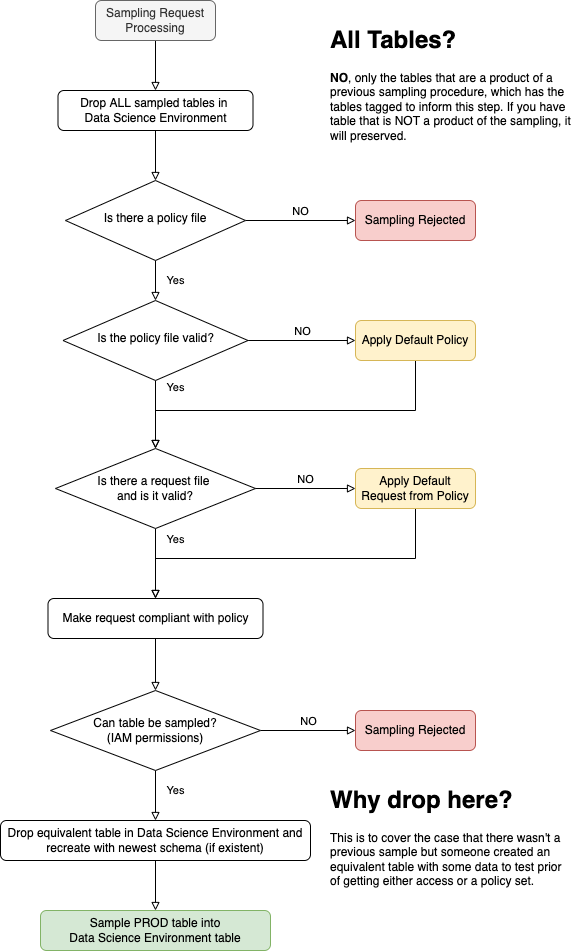
fgka/py-bq-sampler keeps this draw.io diagram as code/doc/HighLevelRequestFlow.drawio.png. Above is the earlier version. Source tidied: cells renumbered, new cells last; positions are measured from the earlier drawing's top-left corner, leaving out a move shared by most shapes.
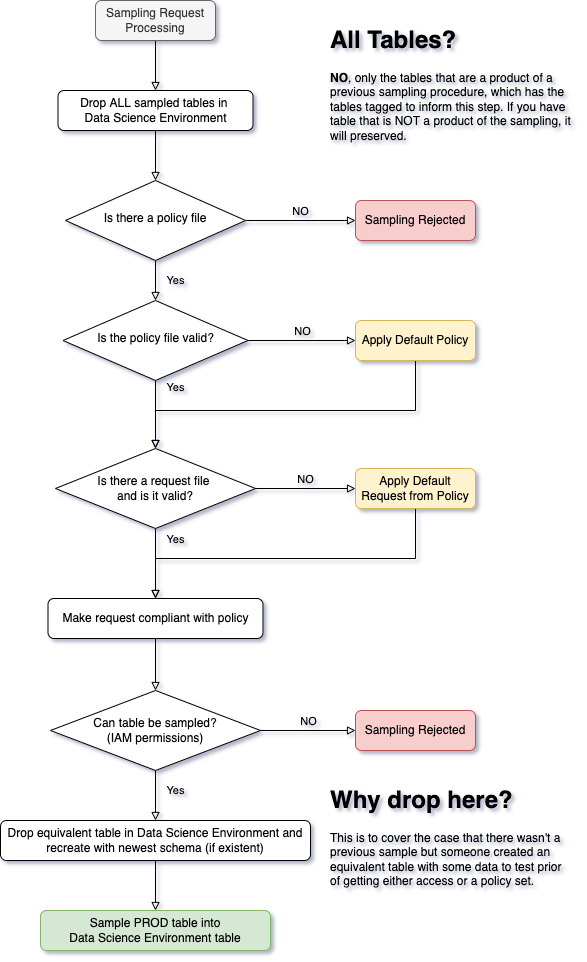
Later version of the same file.

Diff of the diagram source:
```diff
@@ -2,34 +2,34 @@
   <root>
     <mxCell id="0" />
     <mxCell id="1" parent="0" />
-    <mxCell id="2" style="edgeStyle=orthogonalEdgeStyle;rounded=0;jettySize=auto;html=1;endArrow=block;endFill=0;endSize=6;" parent="1" edge="1" source="3" target="27">
+    <mxCell id="2" style="edgeStyle=orthogonalEdgeStyle;rounded=0;jettySize=auto;html=1;endArrow=block;endFill=0;endSize=6;labelBackgroundColor=none;" parent="1" edge="1" source="3" target="27">
       <mxGeometry relative="1" as="geometry" />
     </mxCell>
-    <mxCell id="3" value="Sampling Request Processing" style="rounded=1;whiteSpace=wrap;html=1;fontSize=12;glass=0;strokeWidth=1;shadow=0;fillColor=#f5f5f5;fontColor=#333333;strokeColor=#666666;" parent="1" vertex="1">
+    <mxCell id="3" value="Sampling Request Processing" style="rounded=1;whiteSpace=wrap;html=1;fontSize=12;glass=0;strokeWidth=1;shadow=0;fillColor=#f5f5f5;fontColor=#333333;strokeColor=#666666;labelBackgroundColor=none;" parent="1" vertex="1">
       <mxGeometry x="95" width="120" height="40" as="geometry" />
     </mxCell>
     <mxCell id="4" value="Yes" style="rounded=0;html=1;jettySize=auto;fontSize=11;endArrow=block;endFill=0;endSize=6;strokeWidth=1;shadow=0;labelBackgroundColor=none;edgeStyle=orthogonalEdgeStyle;" parent="1" edge="1" source="6" target="9">
       <mxGeometry y="20" relative="1" as="geometry" />
     </mxCell>
-    <mxCell id="5" value="NO" style="edgeStyle=orthogonalEdgeStyle;rounded=0;jettySize=auto;html=1;align=center;verticalAlign=bottom;endArrow=block;endFill=0;" parent="1" edge="1" source="6" target="10">
+    <mxCell id="5" value="NO" style="edgeStyle=orthogonalEdgeStyle;rounded=0;jettySize=auto;html=1;align=center;verticalAlign=bottom;endArrow=block;endFill=0;labelBackgroundColor=none;" parent="1" edge="1" source="6" target="10">
       <mxGeometry relative="1" as="geometry" />
     </mxCell>
-    <mxCell id="6" value="Is there a policy file" style="rhombus;whiteSpace=wrap;html=1;shadow=0;fontFamily=Helvetica;fontSize=12;align=center;strokeWidth=1;spacing=6;spacingTop=-4;" parent="1" vertex="1">
+    <mxCell id="6" value="Is there a policy file" style="rhombus;whiteSpace=wrap;html=1;shadow=0;fontFamily=Helvetica;fontSize=12;align=center;strokeWidth=1;spacing=6;spacingTop=-4;labelBackgroundColor=none;" parent="1" vertex="1">
       <mxGeometry x="65" y="180" width="180" height="80" as="geometry" />
     </mxCell>
     <mxCell id="7" value="Yes" style="rounded=0;html=1;jettySize=auto;fontSize=11;endArrow=block;endFill=0;endSize=6;strokeWidth=1;shadow=0;labelBackgroundColor=none;edgeStyle=orthogonalEdgeStyle;" parent="1" edge="1" source="9" target="14">
       <mxGeometry x="-0.8" y="20" relative="1" as="geometry" />
     </mxCell>
-    <mxCell id="8" value="NO" style="edgeStyle=orthogonalEdgeStyle;rounded=0;jettySize=auto;html=1;endArrow=block;endFill=0;verticalAlign=bottom;" parent="1" edge="1" source="9" target="12">
+    <mxCell id="8" value="NO" style="edgeStyle=orthogonalEdgeStyle;rounded=0;jettySize=auto;html=1;endArrow=block;endFill=0;verticalAlign=bottom;labelBackgroundColor=none;" parent="1" edge="1" source="9" target="12">
       <mxGeometry relative="1" as="geometry" />
     </mxCell>
-    <mxCell id="9" value="Is the policy file valid?" style="rhombus;whiteSpace=wrap;html=1;shadow=0;fontFamily=Helvetica;fontSize=12;align=center;strokeWidth=1;spacing=6;spacingTop=-4;" parent="1" vertex="1">
+    <mxCell id="9" value="Is the policy file valid?" style="rhombus;whiteSpace=wrap;html=1;shadow=0;fontFamily=Helvetica;fontSize=12;align=center;strokeWidth=1;spacing=6;spacingTop=-4;labelBackgroundColor=none;" parent="1" vertex="1">
       <mxGeometry x="62.5" y="300" width="185" height="80" as="geometry" />
     </mxCell>
-    <mxCell id="10" value="Sampling Rejected" style="rounded=1;whiteSpace=wrap;html=1;fontSize=12;glass=0;strokeWidth=1;shadow=0;fillColor=#f8cecc;strokeColor=#b85450;" parent="1" vertex="1">
+    <mxCell id="10" value="Sampling Rejected" style="rounded=1;whiteSpace=wrap;html=1;fontSize=12;glass=0;strokeWidth=1;shadow=0;fillColor=#f8cecc;strokeColor=#b85450;labelBackgroundColor=none;" parent="1" vertex="1">
       <mxGeometry x="355" y="200" width="120" height="40" as="geometry" />
     </mxCell>
-    <mxCell id="11" style="edgeStyle=orthogonalEdgeStyle;rounded=0;jettySize=auto;html=1;entryX=0.5;entryY=0;entryDx=0;entryDy=0;endArrow=block;endFill=0;endSize=6;" parent="1" edge="1" source="12" target="14">
+    <mxCell id="11" style="edgeStyle=orthogonalEdgeStyle;rounded=0;jettySize=auto;html=1;entryX=0.5;entryY=0;entryDx=0;entryDy=0;endArrow=block;endFill=0;endSize=6;labelBackgroundColor=none;" parent="1" edge="1" source="12" target="14">
       <mxGeometry relative="1" as="geometry">
         <Array as="points">
           <mxPoint x="415" y="410" />
@@ -37,19 +37,19 @@
         </Array>
       </mxGeometry>
     </mxCell>
-    <mxCell id="12" value="Apply Default Policy" style="rounded=1;whiteSpace=wrap;html=1;fillColor=#fff2cc;strokeColor=#d6b656;" parent="1" vertex="1">
+    <mxCell id="12" value="Apply Default Policy" style="rounded=1;whiteSpace=wrap;html=1;fillColor=#fff2cc;strokeColor=#d6b656;labelBackgroundColor=none;" parent="1" vertex="1">
       <mxGeometry x="355" y="320" width="120" height="40" as="geometry" />
     </mxCell>
-    <mxCell id="13" value="Yes" style="edgeStyle=orthogonalEdgeStyle;rounded=0;jettySize=auto;html=1;endArrow=block;endFill=0;align=center;labelPosition=right;verticalLabelPosition=middle;verticalAlign=middle;entryX=0.5;entryY=0;entryDx=0;entryDy=0;" parent="1" edge="1" source="14" target="19">
+    <mxCell id="13" value="Yes" style="edgeStyle=orthogonalEdgeStyle;rounded=0;jettySize=auto;html=1;endArrow=block;endFill=0;align=center;labelPosition=right;verticalLabelPosition=middle;verticalAlign=middle;entryX=0.5;entryY=0;entryDx=0;entryDy=0;labelBackgroundColor=none;" parent="1" edge="1" source="14" target="19">
       <mxGeometry x="-0.69" y="20" relative="1" as="geometry" />
     </mxCell>
-    <mxCell id="14" value="Is there a request file &lt;br&gt;and is it valid?" style="rhombus;whiteSpace=wrap;html=1;" parent="1" vertex="1">
+    <mxCell id="14" value="Is there a request file &lt;br&gt;and is it valid?" style="rhombus;whiteSpace=wrap;html=1;labelBackgroundColor=none;" parent="1" vertex="1">
       <mxGeometry x="55" y="448" width="200" height="80" as="geometry" />
     </mxCell>
-    <mxCell id="15" value="NO" style="edgeStyle=orthogonalEdgeStyle;rounded=0;jettySize=auto;html=1;entryX=0;entryY=0.5;entryDx=0;entryDy=0;endArrow=block;endFill=0;verticalAlign=bottom;exitX=1;exitY=0.5;exitDx=0;exitDy=0;" parent="1" edge="1" source="14" target="17">
+    <mxCell id="15" value="NO" style="edgeStyle=orthogonalEdgeStyle;rounded=0;jettySize=auto;html=1;entryX=0;entryY=0.5;entryDx=0;entryDy=0;endArrow=block;endFill=0;verticalAlign=bottom;exitX=1;exitY=0.5;exitDx=0;exitDy=0;labelBackgroundColor=none;" parent="1" edge="1" source="14" target="17">
       <mxGeometry relative="1" as="geometry" />
     </mxCell>
-    <mxCell id="16" style="edgeStyle=orthogonalEdgeStyle;rounded=0;jettySize=auto;html=1;entryX=0.5;entryY=0;entryDx=0;entryDy=0;endArrow=block;endFill=0;" parent="1" edge="1" source="17" target="19">
+    <mxCell id="16" style="edgeStyle=orthogonalEdgeStyle;rounded=0;jettySize=auto;html=1;entryX=0.5;entryY=0;entryDx=0;entryDy=0;endArrow=block;endFill=0;labelBackgroundColor=none;" parent="1" edge="1" source="17" target="19">
       <mxGeometry relative="1" as="geometry">
         <Array as="points">
           <mxPoint x="415" y="558" />
@@ -57,46 +57,46 @@
         </Array>
       </mxGeometry>
     </mxCell>
-    <mxCell id="17" value="Apply Default Request from Policy" style="rounded=1;whiteSpace=wrap;html=1;fillColor=#fff2cc;strokeColor=#d6b656;" parent="1" vertex="1">
+    <mxCell id="17" value="Apply Default Request from Policy" style="rounded=1;whiteSpace=wrap;html=1;fillColor=#fff2cc;strokeColor=#d6b656;labelBackgroundColor=none;" parent="1" vertex="1">
       <mxGeometry x="355" y="468" width="120" height="40" as="geometry" />
     </mxCell>
-    <mxCell id="18" style="edgeStyle=orthogonalEdgeStyle;rounded=0;jettySize=auto;html=1;entryX=0.5;entryY=0;entryDx=0;entryDy=0;endArrow=block;endFill=0;endSize=6;" parent="1" edge="1" source="19" target="22">
+    <mxCell id="18" style="edgeStyle=orthogonalEdgeStyle;rounded=0;jettySize=auto;html=1;entryX=0.5;entryY=0;entryDx=0;entryDy=0;endArrow=block;endFill=0;endSize=6;labelBackgroundColor=none;" parent="1" edge="1" source="19" target="22">
       <mxGeometry relative="1" as="geometry" />
     </mxCell>
-    <mxCell id="19" value="Make request compliant with policy" style="rounded=1;whiteSpace=wrap;html=1;" parent="1" vertex="1">
+    <mxCell id="19" value="Make request compliant with policy" style="rounded=1;whiteSpace=wrap;html=1;labelBackgroundColor=none;" parent="1" vertex="1">
       <mxGeometry x="47.5" y="598" width="215" height="40" as="geometry" />
     </mxCell>
-    <mxCell id="20" value="NO" style="edgeStyle=orthogonalEdgeStyle;rounded=0;jettySize=auto;html=1;endArrow=block;endFill=0;endSize=6;verticalAlign=bottom;" parent="1" edge="1" source="22" target="23">
+    <mxCell id="20" value="NO" style="edgeStyle=orthogonalEdgeStyle;rounded=0;jettySize=auto;html=1;endArrow=block;endFill=0;endSize=6;verticalAlign=bottom;labelBackgroundColor=none;" parent="1" edge="1" source="22" target="23">
       <mxGeometry relative="1" as="geometry" />
     </mxCell>
-    <mxCell id="21" value="Yes" style="edgeStyle=orthogonalEdgeStyle;rounded=0;jettySize=auto;html=1;endArrow=block;endFill=0;endSize=6;" parent="1" edge="1" source="22" target="25">
+    <mxCell id="21" value="Yes" style="edgeStyle=orthogonalEdgeStyle;rounded=0;jettySize=auto;html=1;endArrow=block;endFill=0;endSize=6;labelBackgroundColor=none;" parent="1" edge="1" source="22" target="25">
       <mxGeometry x="-0.2" y="20" relative="1" as="geometry" />
     </mxCell>
-    <mxCell id="22" value="Can table be sampled?&lt;br&gt;(IAM permissions)" style="rhombus;whiteSpace=wrap;html=1;" parent="1" vertex="1">
+    <mxCell id="22" value="Can table be sampled?&lt;br&gt;(IAM permissions)" style="rhombus;whiteSpace=wrap;html=1;labelBackgroundColor=none;" parent="1" vertex="1">
       <mxGeometry x="50" y="690" width="210" height="80" as="geometry" />
     </mxCell>
-    <mxCell id="23" value="Sampling Rejected" style="rounded=1;whiteSpace=wrap;html=1;fontSize=12;glass=0;strokeWidth=1;shadow=0;fillColor=#f8cecc;strokeColor=#b85450;" parent="1" vertex="1">
+    <mxCell id="23" value="Sampling Rejected" style="rounded=1;whiteSpace=wrap;html=1;fontSize=12;glass=0;strokeWidth=1;shadow=0;fillColor=#f8cecc;strokeColor=#b85450;labelBackgroundColor=none;" parent="1" vertex="1">
       <mxGeometry x="355" y="710" width="120" height="40" as="geometry" />
     </mxCell>
-    <mxCell id="24" style="edgeStyle=orthogonalEdgeStyle;rounded=0;jettySize=auto;html=1;entryX=0.5;entryY=0;entryDx=0;entryDy=0;endArrow=block;endFill=0;endSize=6;" parent="1" edge="1" source="25" target="28">
+    <mxCell id="24" style="edgeStyle=orthogonalEdgeStyle;rounded=0;jettySize=auto;html=1;entryX=0.5;entryY=0;entryDx=0;entryDy=0;endArrow=block;endFill=0;endSize=6;labelBackgroundColor=none;" parent="1" edge="1" source="25" target="28">
       <mxGeometry relative="1" as="geometry" />
     </mxCell>
-    <mxCell id="25" value="Drop equivalent table in Data Science Environment and recreate with newest schema (if existent)" style="rounded=1;whiteSpace=wrap;html=1;fontSize=12;glass=0;strokeWidth=1;shadow=0;" parent="1" vertex="1">
+    <mxCell id="25" value="Drop equivalent table in Data Science Environment and recreate with newest schema (if existent)" style="rounded=1;whiteSpace=wrap;html=1;fontSize=12;glass=0;strokeWidth=1;shadow=0;labelBackgroundColor=none;" parent="1" vertex="1">
       <mxGeometry y="820" width="310" height="40" as="geometry" />
     </mxCell>
-    <mxCell id="26" style="edgeStyle=orthogonalEdgeStyle;rounded=0;jettySize=auto;html=1;endArrow=block;endFill=0;endSize=6;" parent="1" edge="1" source="27" target="6">
+    <mxCell id="26" style="edgeStyle=orthogonalEdgeStyle;rounded=0;jettySize=auto;html=1;endArrow=block;endFill=0;endSize=6;labelBackgroundColor=none;" parent="1" edge="1" source="27" target="6">
       <mxGeometry relative="1" as="geometry" />
     </mxCell>
-    <mxCell id="27" value="Drop ALL sampled tables in &lt;br&gt;Data Science Environment" style="rounded=1;whiteSpace=wrap;html=1;fontSize=12;glass=0;strokeWidth=1;shadow=0;" parent="1" vertex="1">
+    <mxCell id="27" value="Drop ALL sampled tables in &lt;br&gt;Data Science Environment" style="rounded=1;whiteSpace=wrap;html=1;fontSize=12;glass=0;strokeWidth=1;shadow=0;labelBackgroundColor=none;" parent="1" vertex="1">
       <mxGeometry x="57.5" y="90" width="195" height="40" as="geometry" />
     </mxCell>
-    <mxCell id="28" value="Sample PROD table into&lt;br&gt;Data Science Environment table" style="rounded=1;whiteSpace=wrap;html=1;fontSize=12;glass=0;strokeWidth=1;shadow=0;fillColor=#d5e8d4;strokeColor=#82b366;" parent="1" vertex="1">
+    <mxCell id="28" value="Sample PROD table into&lt;br&gt;Data Science Environment table" style="rounded=1;whiteSpace=wrap;html=1;fontSize=12;glass=0;strokeWidth=1;shadow=0;fillColor=#d5e8d4;strokeColor=#82b366;labelBackgroundColor=none;" parent="1" vertex="1">
       <mxGeometry x="40" y="910" width="230" height="40" as="geometry" />
     </mxCell>
-    <mxCell id="29" value="&lt;h1&gt;Why drop here?&lt;/h1&gt;&lt;p&gt;This is to cover the case that there wasn't a previous sample but someone created an equivalent table with some data to test prior of getting either access or a policy set.&lt;/p&gt;" style="text;html=1;strokeColor=none;fillColor=none;spacing=5;spacingTop=-20;whiteSpace=wrap;overflow=hidden;rounded=0;" parent="1" vertex="1">
+    <mxCell id="29" value="&lt;h1&gt;Why drop here?&lt;/h1&gt;&lt;p&gt;This is to cover the case that there wasn't a previous sample but someone created an equivalent table with some data to test prior of getting either access or a policy set.&lt;/p&gt;" style="text;html=1;strokeColor=none;fillColor=none;spacing=5;spacingTop=-20;whiteSpace=wrap;overflow=hidden;rounded=0;labelBackgroundColor=none;" parent="1" vertex="1">
       <mxGeometry x="325" y="780" width="250" height="140" as="geometry" />
     </mxCell>
-    <mxCell id="30" value="&lt;h1&gt;All Tables?&lt;/h1&gt;&lt;p&gt;&lt;b&gt;NO&lt;/b&gt;, only the tables that are a product of a previous sampling procedure, which has the tables tagged to inform this step. If you have table that is NOT a product of the sampling, it will preserved.&lt;/p&gt;" style="text;html=1;strokeColor=none;fillColor=none;spacing=5;spacingTop=-20;whiteSpace=wrap;overflow=hidden;rounded=0;" parent="1" vertex="1">
+    <mxCell id="30" value="&lt;h1&gt;All Tables?&lt;/h1&gt;&lt;p&gt;&lt;b&gt;NO&lt;/b&gt;, only the tables that are a product of a previous sampling procedure, which has the tables tagged to inform this step. If you have table that is NOT a product of the sampling, it will preserved.&lt;/p&gt;" style="text;html=1;strokeColor=none;fillColor=none;spacing=5;spacingTop=-20;whiteSpace=wrap;overflow=hidden;rounded=0;labelBackgroundColor=none;" parent="1" vertex="1">
       <mxGeometry x="325" y="20" width="250" height="150" as="geometry" />
     </mxCell>
   </root>
```
